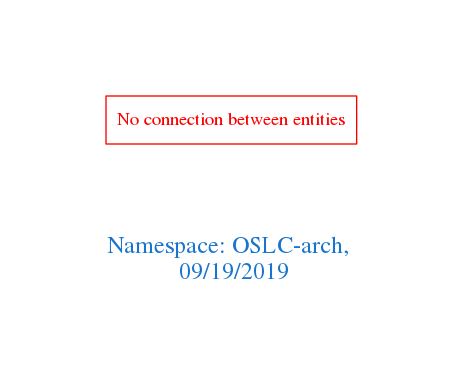
This is downloads/OSLC-arch.png from arago/OGIT, a Graphviz export, as it was before one commit. Its source is kept beside it as downloads/OSLC-arch.dot.
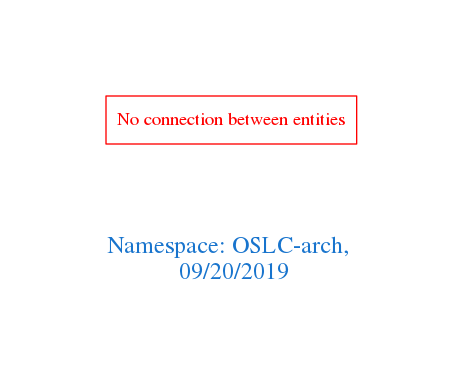
After the change.

The edit, as a diff of the source:
```diff
@@ -1,7 +1,7 @@
 digraph OGIT_ontology {
  graph [ rankdir= LR,pad=1
 fontsize = 18,
-fontcolor= dodgerblue3,label = "\n\n\nNamespace: OSLC-arch, \n 09/19/2019"];
+fontcolor= dodgerblue3,label = "\n\n\nNamespace: OSLC-arch, \n 09/20/2019"];
 node[shape=polygon];
 edge [  color="gray81"];
 
```
